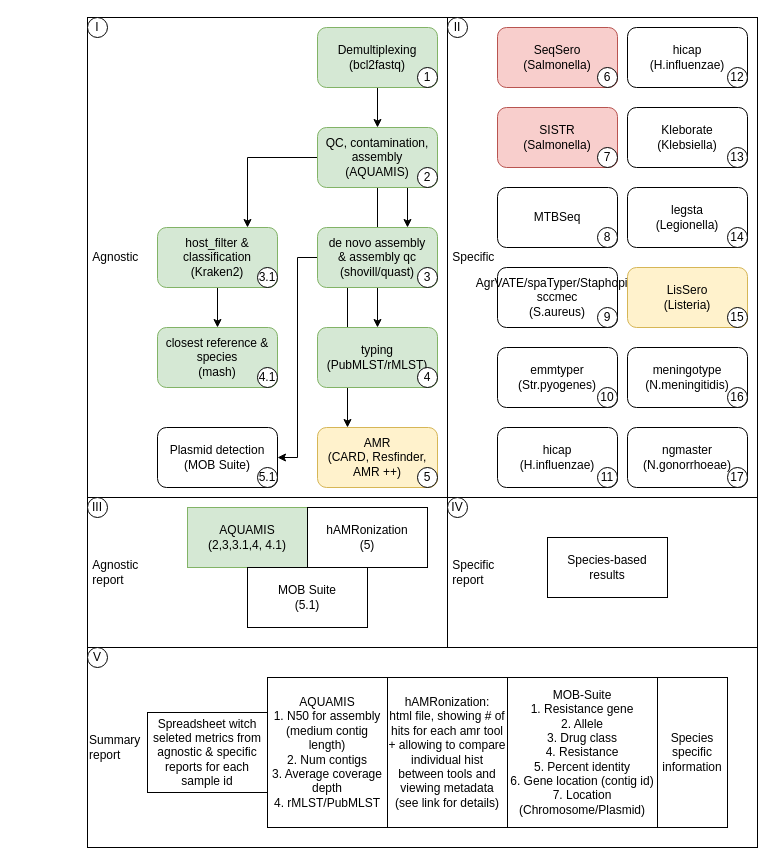
Above: Agnostic_specific_pipe.drawio in NMRL/Ardetype (draw.io), before the change. Source tidied: cells renumbered, new cells numbered last; positions are measured from the earlier drawing's top-left corner, leaving out a move shared by most shapes. Both pictures are drawn from the tidied source at 100%, with x=0, y=0 at pixel (87, 17).
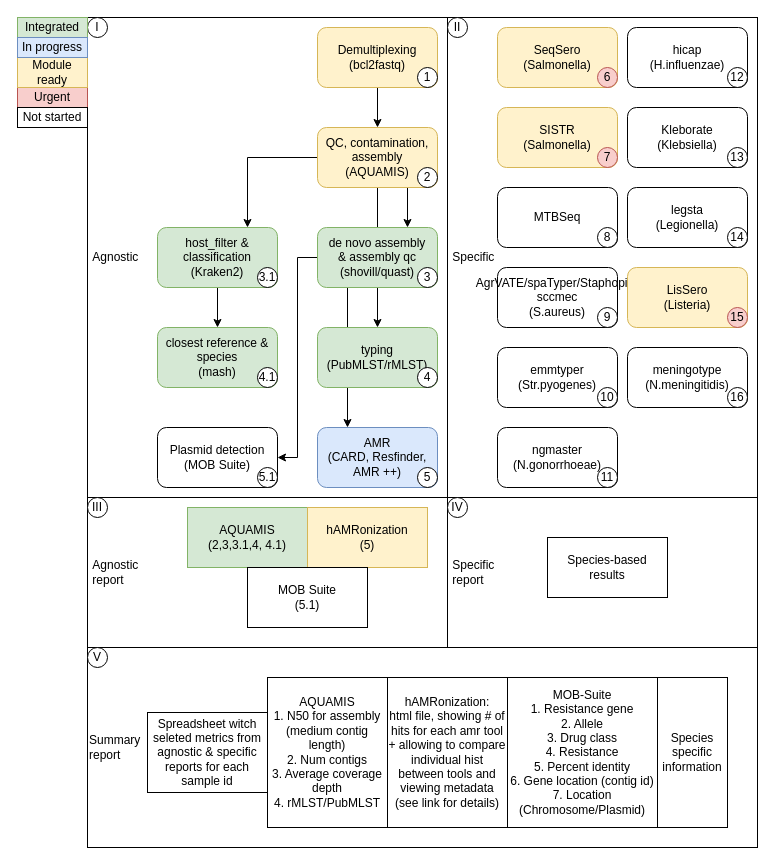
The same diagram, later.

What changed in the source:
```diff
@@
-    <mxCell id="5" value="&lt;div&gt;Demultiplexing&lt;/div&gt;(bcl2fastq)" style="rounded=1;whiteSpace=wrap;html=1;fillColor=#d5e8d4;strokeColor=#82b366;" parent="1" vertex="1">
+    <mxCell id="5" value="&lt;div&gt;Demultiplexing&lt;/div&gt;(bcl2fastq)" style="rounded=1;whiteSpace=wrap;html=1;fillColor=#fff2cc;strokeColor=#d6b656;" parent="1" vertex="1">
       <mxGeometry x="230" y="10" width="120" height="60" as="geometry" />
     </mxCell>
@@
-    <mxCell id="9" value="QC, contamination, assembly&lt;br&gt;(AQUAMIS)" style="rounded=1;whiteSpace=wrap;html=1;fillColor=#d5e8d4;strokeColor=#82b366;" parent="1" vertex="1">
+    <mxCell id="9" value="QC, contamination, assembly&lt;br&gt;(AQUAMIS)" style="rounded=1;whiteSpace=wrap;html=1;fillColor=#fff2cc;strokeColor=#d6b656;" parent="1" vertex="1">
       <mxGeometry x="230" y="110" width="120" height="60" as="geometry" />
     </mxCell>
@@
-    <mxCell id="14" value="&lt;div&gt;AMR&lt;/div&gt;(CARD, Resfinder, AMR ++)" style="rounded=1;whiteSpace=wrap;html=1;fillColor=#fff2cc;strokeColor=#d6b656;" parent="1" vertex="1">
+    <mxCell id="14" value="&lt;div&gt;AMR&lt;/div&gt;(CARD, Resfinder, AMR ++)" style="rounded=1;whiteSpace=wrap;html=1;fillColor=#dae8fc;strokeColor=#6c8ebf;" parent="1" vertex="1">
       <mxGeometry x="230" y="410" width="120" height="60" as="geometry" />
     </mxCell>
@@
-    <mxCell id="16" value="&lt;div&gt;SeqSero&lt;br&gt;(Salmonella)&lt;br&gt;&lt;/div&gt;" style="rounded=1;whiteSpace=wrap;html=1;fillColor=#f8cecc;strokeColor=#b85450;" parent="1" vertex="1">
+    <mxCell id="16" value="&lt;div&gt;SeqSero&lt;br&gt;(Salmonella)&lt;br&gt;&lt;/div&gt;" style="rounded=1;whiteSpace=wrap;html=1;fillColor=#fff2cc;strokeColor=#d6b656;" parent="1" vertex="1">
       <mxGeometry x="410" y="10" width="120" height="60" as="geometry" />
     </mxCell>
@@
-    <mxCell id="18" value="&lt;div&gt;SISTR&lt;/div&gt;(Salmonella)" style="rounded=1;whiteSpace=wrap;html=1;fillColor=#f8cecc;strokeColor=#b85450;" parent="1" vertex="1">
+    <mxCell id="18" value="&lt;div&gt;SISTR&lt;/div&gt;(Salmonella)" style="rounded=1;whiteSpace=wrap;html=1;fillColor=#fff2cc;strokeColor=#d6b656;" parent="1" vertex="1">
       <mxGeometry x="410" y="90" width="120" height="60" as="geometry" />
     </mxCell>
@@
-    <mxCell id="21" value="&lt;div&gt;hicap&lt;/div&gt;&lt;div&gt;(H.influenzae)&lt;br&gt;&lt;/div&gt;" style="rounded=1;whiteSpace=wrap;html=1;" parent="1" vertex="1">
-      <mxGeometry x="410" y="410" width="120" height="60" as="geometry" />
-    </mxCell>
@@
     <mxCell id="27" value="&lt;div&gt;ngmaster&lt;/div&gt;&lt;div&gt;(N.gonorrhoeae)&lt;br&gt;&lt;/div&gt;" style="rounded=1;whiteSpace=wrap;html=1;" parent="1" vertex="1">
-      <mxGeometry x="540" y="410" width="120" height="60" as="geometry" />
+      <mxGeometry x="410" y="410" width="120" height="60" as="geometry" />
     </mxCell>
@@
-    <mxCell id="33" value="6" style="ellipse;whiteSpace=wrap;html=1;" parent="1" vertex="1">
+    <mxCell id="33" value="6" style="ellipse;whiteSpace=wrap;html=1;fillColor=#f8cecc;strokeColor=#b85450;" parent="1" vertex="1">
       <mxGeometry x="510" y="50" width="20" height="20" as="geometry" />
     </mxCell>
-    <mxCell id="34" value="7" style="ellipse;whiteSpace=wrap;html=1;" parent="1" vertex="1">
+    <mxCell id="34" value="7" style="ellipse;whiteSpace=wrap;html=1;fillColor=#f8cecc;strokeColor=#b85450;" parent="1" vertex="1">
       <mxGeometry x="510" y="130" width="20" height="20" as="geometry" />
     </mxCell>
@@
-    <mxCell id="38" value="11" style="ellipse;whiteSpace=wrap;html=1;" parent="1" vertex="1">
-      <mxGeometry x="510" y="450" width="20" height="20" as="geometry" />
-    </mxCell>
-    <mxCell id="39" value="12" style="ellipse;whiteSpace=wrap;html=1;" parent="1" vertex="1">
-      <mxGeometry x="640" y="50" width="20" height="20" as="geometry" />
+    <mxCell id="39" value="11" style="ellipse;whiteSpace=wrap;html=1;" parent="1" vertex="1">
+      <mxGeometry x="510" y="450" width="20" height="20" as="geometry" />
     </mxCell>
-    <mxCell id="40" value="13" style="ellipse;whiteSpace=wrap;html=1;" parent="1" vertex="1">
-      <mxGeometry x="640" y="130" width="20" height="20" as="geometry" />
+    <mxCell id="40" value="12" style="ellipse;whiteSpace=wrap;html=1;" parent="1" vertex="1">
+      <mxGeometry x="640" y="50" width="20" height="20" as="geometry" />
     </mxCell>
-    <mxCell id="41" value="14" style="ellipse;whiteSpace=wrap;html=1;" parent="1" vertex="1">
-      <mxGeometry x="640" y="210" width="20" height="20" as="geometry" />
+    <mxCell id="41" value="13" style="ellipse;whiteSpace=wrap;html=1;" parent="1" vertex="1">
+      <mxGeometry x="640" y="130" width="20" height="20" as="geometry" />
     </mxCell>
-    <mxCell id="42" value="15" style="ellipse;whiteSpace=wrap;html=1;" parent="1" vertex="1">
-      <mxGeometry x="640" y="290" width="20" height="20" as="geometry" />
+    <mxCell id="42" value="14" style="ellipse;whiteSpace=wrap;html=1;" parent="1" vertex="1">
+      <mxGeometry x="640" y="210" width="20" height="20" as="geometry" />
     </mxCell>
@@
-    <mxCell id="44" value="17" style="ellipse;whiteSpace=wrap;html=1;" parent="1" vertex="1">
-      <mxGeometry x="640" y="450" width="20" height="20" as="geometry" />
-    </mxCell>
@@
-    <mxCell id="51" value="hAMRonization&lt;br&gt;(5)" style="rounded=0;whiteSpace=wrap;html=1;" parent="1" vertex="1">
+    <mxCell id="51" value="hAMRonization&lt;br&gt;(5)" style="rounded=0;whiteSpace=wrap;html=1;fillColor=#fff2cc;strokeColor=#d6b656;" parent="1" vertex="1">
       <mxGeometry x="220" y="490" width="120" height="60" as="geometry" />
     </mxCell>
@@
+    <mxCell id="68" value="15" style="ellipse;whiteSpace=wrap;html=1;fillColor=#f8cecc;strokeColor=#b85450;" parent="1" vertex="1">
+      <mxGeometry x="640" y="290" width="20" height="20" as="geometry" />
+    </mxCell>
+    <mxCell id="69" value="Integrated" style="rounded=0;whiteSpace=wrap;html=1;fillColor=#d5e8d4;strokeColor=#82b366;" parent="1" vertex="1">
+      <mxGeometry x="-70" width="70" height="20" as="geometry" />
+    </mxCell>
+    <mxCell id="70" value="Urgent" style="rounded=0;whiteSpace=wrap;html=1;fillColor=#f8cecc;strokeColor=#b85450;" parent="1" vertex="1">
+      <mxGeometry x="-70" y="70" width="70" height="20" as="geometry" />
+    </mxCell>
+    <mxCell id="71" value="Module ready" style="rounded=0;whiteSpace=wrap;html=1;fillColor=#fff2cc;strokeColor=#d6b656;" parent="1" vertex="1">
+      <mxGeometry x="-70" y="40" width="70" height="30" as="geometry" />
+    </mxCell>
+    <mxCell id="72" value="&lt;div&gt;Not started&lt;/div&gt;" style="rounded=0;whiteSpace=wrap;html=1;" parent="1" vertex="1">
+      <mxGeometry x="-70" y="90" width="70" height="20" as="geometry" />
+    </mxCell>
+    <mxCell id="73" value="In progress" style="rounded=0;whiteSpace=wrap;html=1;fillColor=#dae8fc;strokeColor=#6c8ebf;" parent="1" vertex="1">
+      <mxGeometry x="-70" y="20" width="70" height="20" as="geometry" />
+    </mxCell>
```
